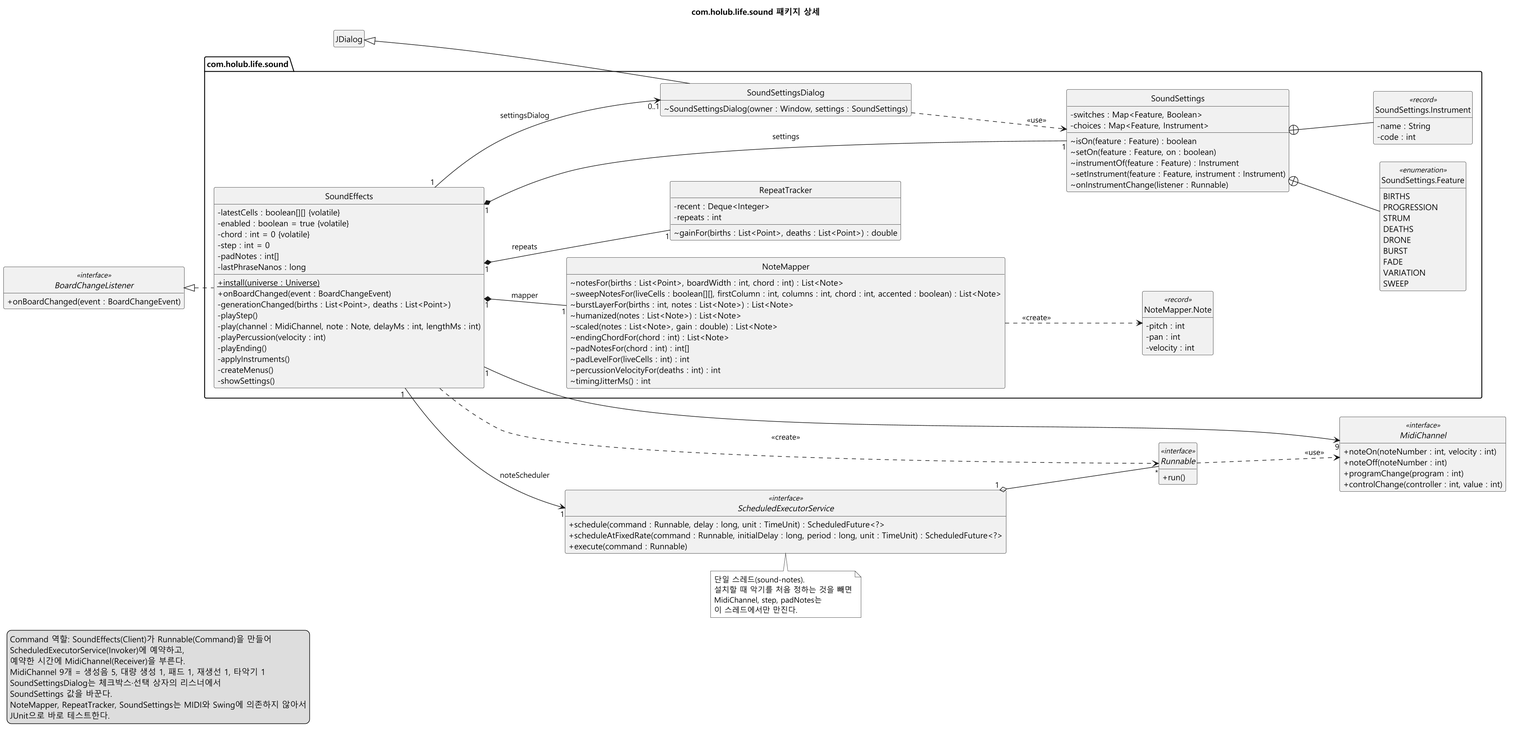
Before: docs/sound-effects/diagram/class-sound.png, a diagram exported from PlantUML (mckimR1972/DP_team_project).
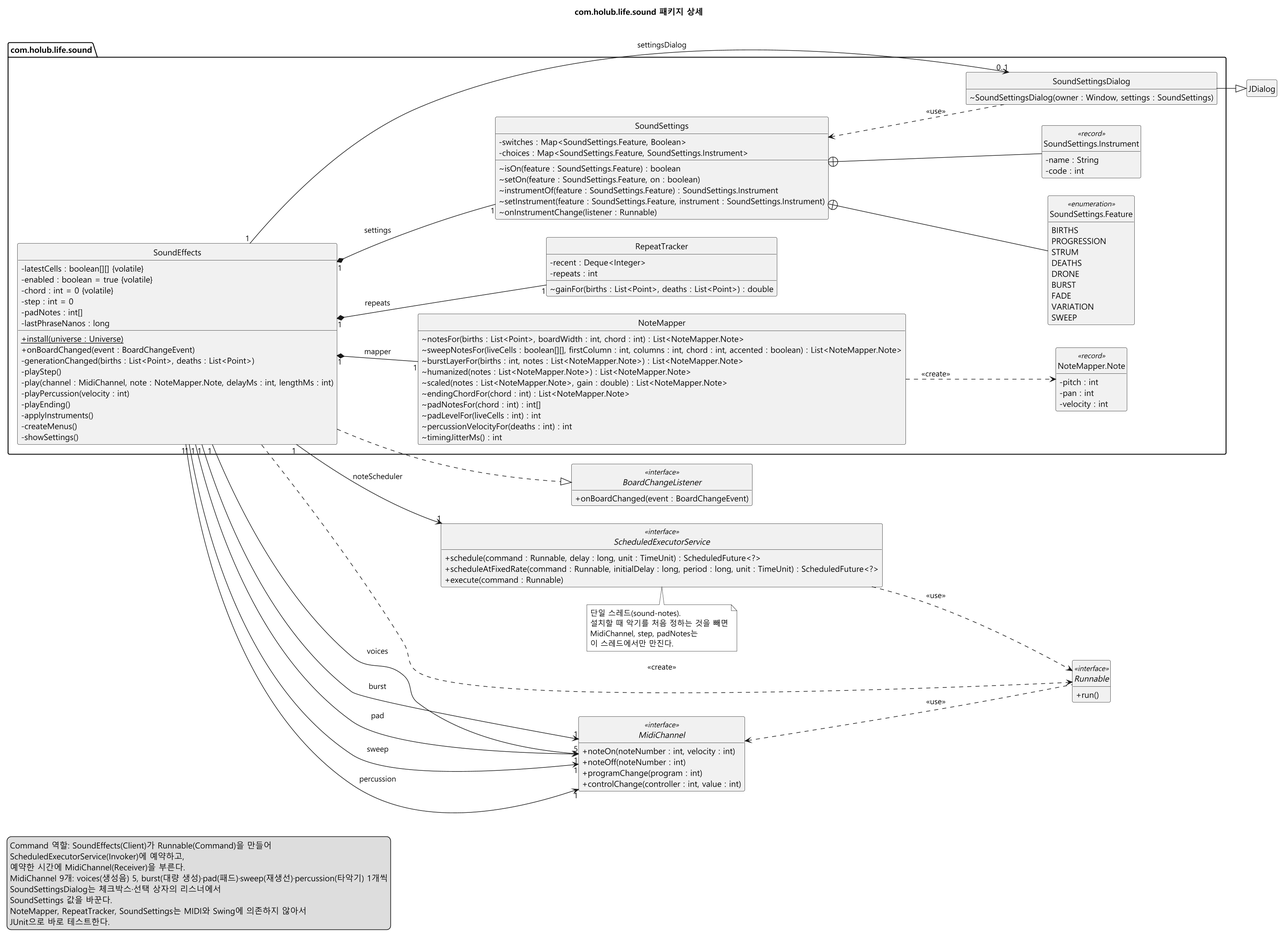
The same file after the commit.

Diff of the diagram source:
```diff
@@ -29,7 +29,7 @@
     + onBoardChanged(event : BoardChangeEvent)
     - generationChanged(births : List<Point>, deaths : List<Point>)
     - playStep()
-    - play(channel : MidiChannel, note : Note, delayMs : int, lengthMs : int)
+    - play(channel : MidiChannel, note : NoteMapper.Note, delayMs : int, lengthMs : int)
     - playPercussion(velocity : int)
     - playEnding()
     - applyInstruments()
@@ -38,12 +38,12 @@
   }
 
   class NoteMapper {
-    ~ notesFor(births : List<Point>, boardWidth : int, chord : int) : List<Note>
-    ~ sweepNotesFor(liveCells : boolean[][], firstColumn : int, columns : int, chord : int, accented : boolean) : List<Note>
-    ~ burstLayerFor(births : int, notes : List<Note>) : List<Note>
-    ~ humanized(notes : List<Note>) : List<Note>
-    ~ scaled(notes : List<Note>, gain : double) : List<Note>
-    ~ endingChordFor(chord : int) : List<Note>
+    ~ notesFor(births : List<Point>, boardWidth : int, chord : int) : List<NoteMapper.Note>
+    ~ sweepNotesFor(liveCells : boolean[][], firstColumn : int, columns : int, chord : int, accented : boolean) : List<NoteMapper.Note>
+    ~ burstLayerFor(births : int, notes : List<NoteMapper.Note>) : List<NoteMapper.Note>
+    ~ humanized(notes : List<NoteMapper.Note>) : List<NoteMapper.Note>
+    ~ scaled(notes : List<NoteMapper.Note>, gain : double) : List<NoteMapper.Note>
+    ~ endingChordFor(chord : int) : List<NoteMapper.Note>
     ~ padNotesFor(chord : int) : int[]
     ~ padLevelFor(liveCells : int) : int
     ~ percussionVelocityFor(deaths : int) : int
@@ -57,12 +57,12 @@
   }
 
   class SoundSettings {
-    - switches : Map<Feature, Boolean>
-    - choices : Map<Feature, Instrument>
-    ~ isOn(feature : Feature) : boolean
-    ~ setOn(feature : Feature, on : boolean)
-    ~ instrumentOf(feature : Feature) : Instrument
-    ~ setInstrument(feature : Feature, instrument : Instrument)
+    - switches : Map<SoundSettings.Feature, Boolean>
+    - choices : Map<SoundSettings.Feature, SoundSettings.Instrument>
+    ~ isOn(feature : SoundSettings.Feature) : boolean
+    ~ setOn(feature : SoundSettings.Feature, on : boolean)
+    ~ instrumentOf(feature : SoundSettings.Feature) : SoundSettings.Instrument
+    ~ setInstrument(feature : SoundSettings.Feature, instrument : SoundSettings.Instrument)
     ~ onInstrumentChange(listener : Runnable)
   }
 
@@ -113,23 +113,27 @@
 
 class JDialog
 
-BoardChangeListener <|.. SoundEffects
+SoundEffects ..|> BoardChangeListener
 
 SoundEffects "1" *-- "1" NoteMapper : mapper
 SoundEffects "1" *-- "1" RepeatTracker : repeats
 SoundEffects "1" *-- "1" SoundSettings : settings
 SoundEffects "1" --> "0..1" SoundSettingsDialog : settingsDialog
 SoundEffects "1" --> "1" ScheduledExecutorService : noteScheduler
-SoundEffects "1" --> "9" MidiChannel
+SoundEffects "1" --> "5" MidiChannel : voices
+SoundEffects "1" --> "1" MidiChannel : burst
+SoundEffects "1" --> "1" MidiChannel : pad
+SoundEffects "1" --> "1" MidiChannel : sweep
+SoundEffects "1" --> "1" MidiChannel : percussion
 SoundEffects ..> Runnable : <<create>>
 
 NoteMapper ..> Note : <<create>>
 SoundSettings +-- Feature
 SoundSettings +-- Instrument
-SoundSettingsDialog ..> SoundSettings : <<use>>
-JDialog <|-- SoundSettingsDialog
-ScheduledExecutorService "1" o-- "*" Runnable
-Runnable ..> MidiChannel : <<use>>
+SoundSettings <.. SoundSettingsDialog : <<use>>
+SoundSettingsDialog --|> JDialog
+ScheduledExecutorService ..> Runnable : <<use>>
+MidiChannel <.. Runnable : <<use>>
 
 note bottom of ScheduledExecutorService
   단일 스레드(sound-notes).
@@ -142,7 +146,7 @@
   Command 역할: SoundEffects(Client)가 Runnable(Command)을 만들어
   ScheduledExecutorService(Invoker)에 예약하고,
   예약한 시간에 MidiChannel(Receiver)을 부른다.
-  MidiChannel 9개 = 생성음 5, 대량 생성 1, 패드 1, 재생선 1, 타악기 1
+  MidiChannel 9개: voices(생성음) 5, burst(대량 생성)·pad(패드)·sweep(재생선)·percussion(타악기) 1개씩
   SoundSettingsDialog는 체크박스·선택 상자의 리스너에서
   SoundSettings 값을 바꾼다.
   NoteMapper, RepeatTracker, SoundSettings는 MIDI와 Swing에 의존하지 않아서
```
